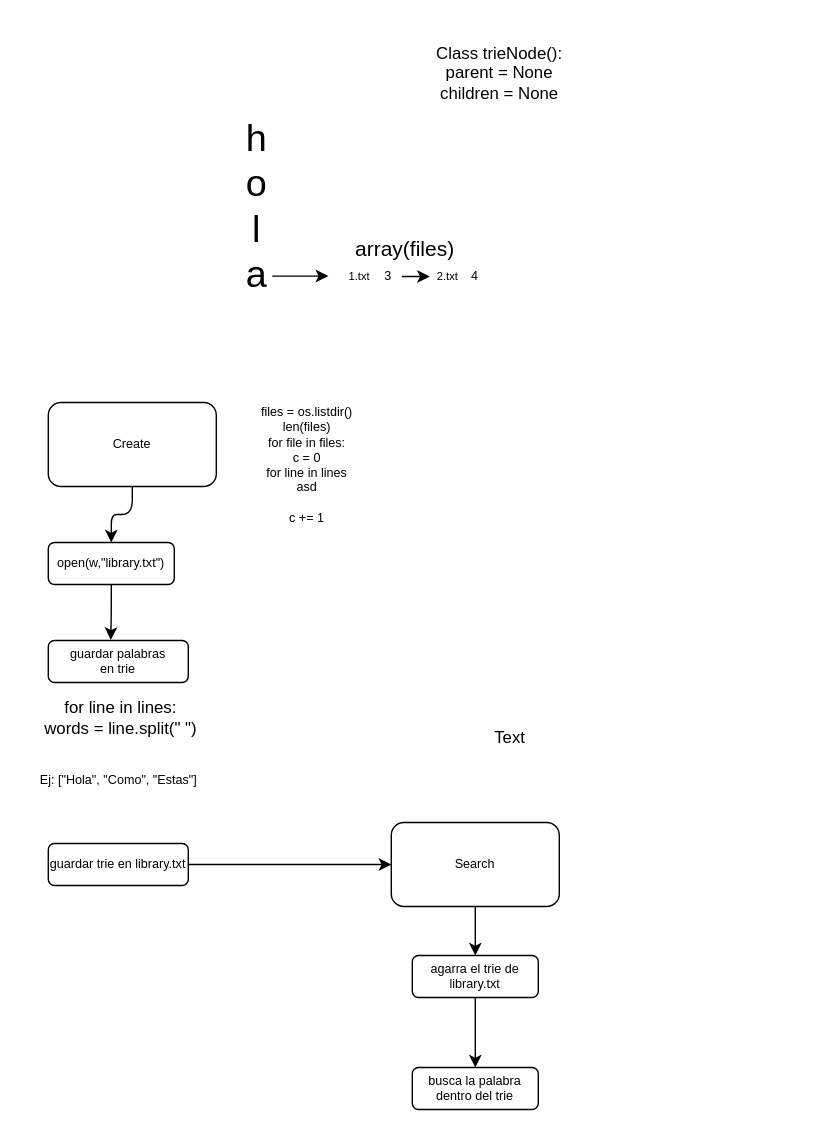
Earlier version of the draw.io diagram diagram.drawio (LCC-AyED2-2021/proyecto-grupo7). Source tidied: cells renumbered, new cells numbered last; positions are measured from the earlier drawing's top-left corner, leaving out a move shared by most shapes. Both pictures are drawn from the tidied source at 140%, with x=0, y=0 at pixel (22, 24).
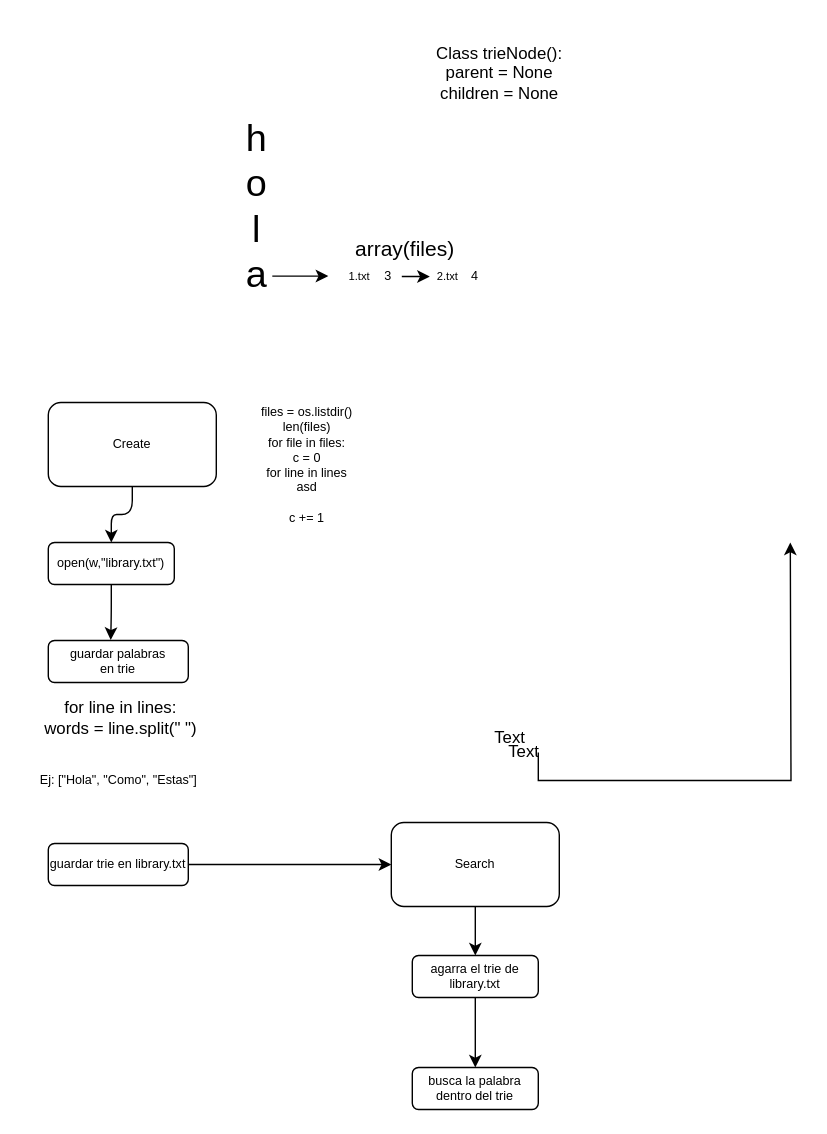
After the change.

Commit message:
Test cambio diagrama

The change refers to these unchanged cells:
```xml
<mxCell id="26" value="Text" style="text;html=1;strokeColor=none;fillColor=none;align=center;verticalAlign=middle;whiteSpace=wrap;rounded=0;" parent="1" vertex="1">
  <mxGeometry x="328" y="500" width="40" height="20" as="geometry" />
</mxCell>
```

The edit, as a diff of the source:
```diff
@@
+    <mxCell id="27" style="edgeStyle=orthogonalEdgeStyle;rounded=0;jettySize=auto;html=1;exitX=1;exitY=1;exitDx=0;exitDy=0;" parent="1" edge="1" source="26">
+      <mxGeometry relative="1" as="geometry">
+        <mxPoint x="548" y="370" as="targetPoint" />
+      </mxGeometry>
+    </mxCell>
@@
+    <mxCell id="28" value="Text" style="text;html=1;strokeColor=none;fillColor=none;align=center;verticalAlign=middle;whiteSpace=wrap;rounded=0;" parent="1" vertex="1">
+      <mxGeometry x="338" y="510" width="40" height="20" as="geometry" />
+    </mxCell>
```
